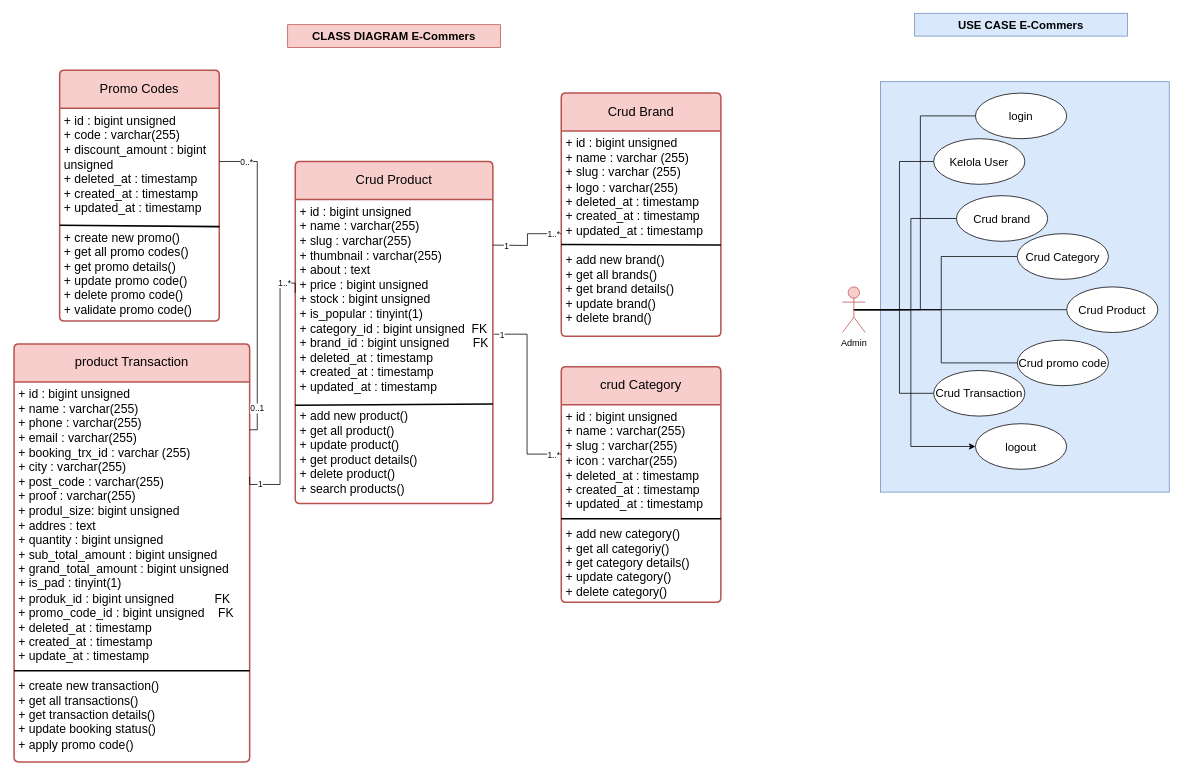
TIADAMAYANTI/E-visitor keeps this draw.io diagram as class & use case.drawio. Above is the earlier version. Source tidied: cells renumbered, new cells numbered last; positions are measured from the earlier drawing's top-left corner, leaving out a move shared by most shapes. Both pictures are drawn from the tidied source at 76%, with x=0, y=0 at pixel (14, 13).
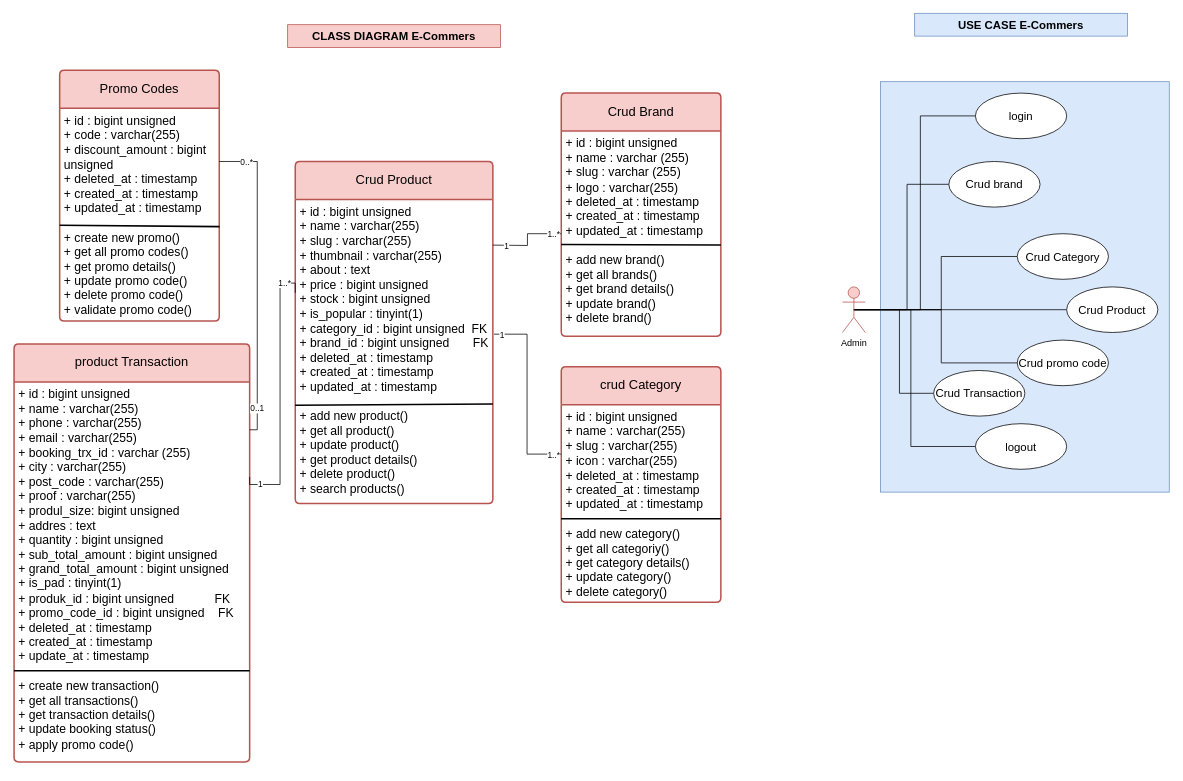
The same diagram, later.

The change refers to these unchanged cells:
```xml
<mxCell id="44" value="Admin" style="shape=umlActor;verticalLabelPosition=bottom;verticalAlign=top;html=1;outlineConnect=0;fillColor=#f8cecc;strokeColor=#b85450;" parent="1" vertex="1">
  <mxGeometry x="1090" y="360" width="30" height="60" as="geometry" />
</mxCell>
<mxCell id="46" value="logout" style="ellipse;whiteSpace=wrap;html=1;fontSize=15;" parent="1" vertex="1">
  <mxGeometry x="1265" y="540" width="120" height="60" as="geometry" />
</mxCell>
```

What changed in the source:
```diff
@@
-    <mxCell id="39" style="edgeStyle=orthogonalEdgeStyle;rounded=0;jettySize=auto;html=1;exitX=0.5;exitY=0.5;exitDx=0;exitDy=0;exitPerimeter=0;entryX=0;entryY=0.5;entryDx=0;entryDy=0;endArrow=none;endFill=0;" parent="1" edge="1" source="44" target="49">
-      <mxGeometry relative="1" as="geometry" />
-    </mxCell>
@@
-    <mxCell id="43" style="edgeStyle=orthogonalEdgeStyle;rounded=0;jettySize=auto;html=1;exitX=0.5;exitY=0.5;exitDx=0;exitDy=0;exitPerimeter=0;entryX=0;entryY=0.5;entryDx=0;entryDy=0;" parent="1" edge="1" source="44" target="46">
+    <mxCell id="43" style="edgeStyle=orthogonalEdgeStyle;rounded=0;jettySize=auto;html=1;exitX=0.5;exitY=0.5;exitDx=0;exitDy=0;exitPerimeter=0;entryX=0;entryY=0.5;entryDx=0;entryDy=0;endArrow=none;endFill=0;" parent="1" edge="1" source="44" target="46">
       <mxGeometry relative="1" as="geometry">
         <Array as="points">
           <mxPoint x="1180" y="390" />
           <mxPoint x="1180" y="570" />
         </Array>
       </mxGeometry>
     </mxCell>
@@
-    <mxCell id="49" value="Kelola User" style="ellipse;whiteSpace=wrap;html=1;fontSize=15;" parent="1" vertex="1">
-      <mxGeometry x="1210" y="165" width="120" height="60" as="geometry" />
-    </mxCell>
@@
     <mxCell id="52" value="Crud brand" style="ellipse;whiteSpace=wrap;html=1;fontSize=15;" parent="1" vertex="1">
-      <mxGeometry x="1240" y="240" width="120" height="60" as="geometry" />
+      <mxGeometry x="1230" y="195" width="120" height="60" as="geometry" />
     </mxCell>
```
